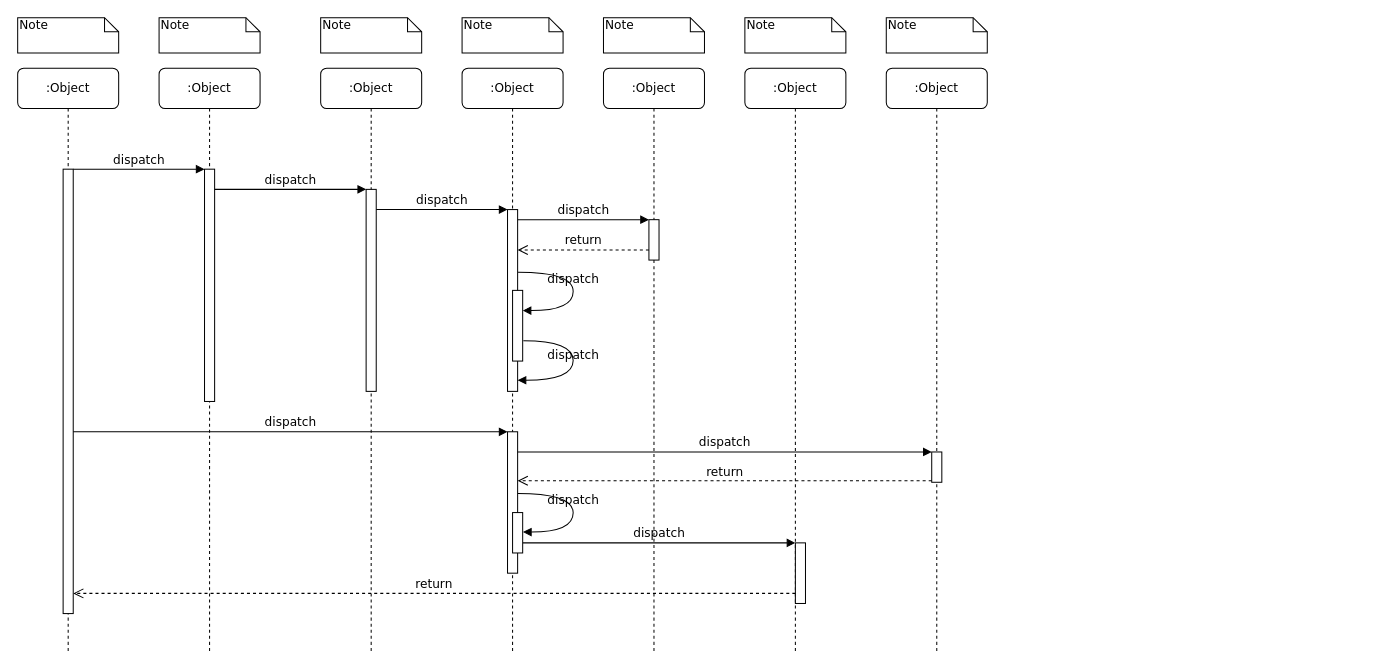
The draw.io diagram drm时序图.drawio in xuleixie/diagram, before the edit. Source tidied: cells renumbered, new cells numbered last; positions are measured from the earlier drawing's top-left corner, leaving out a move shared by most shapes. Both pictures are drawn from the tidied source at 101%, with x=0, y=0 at pixel (17, 17).
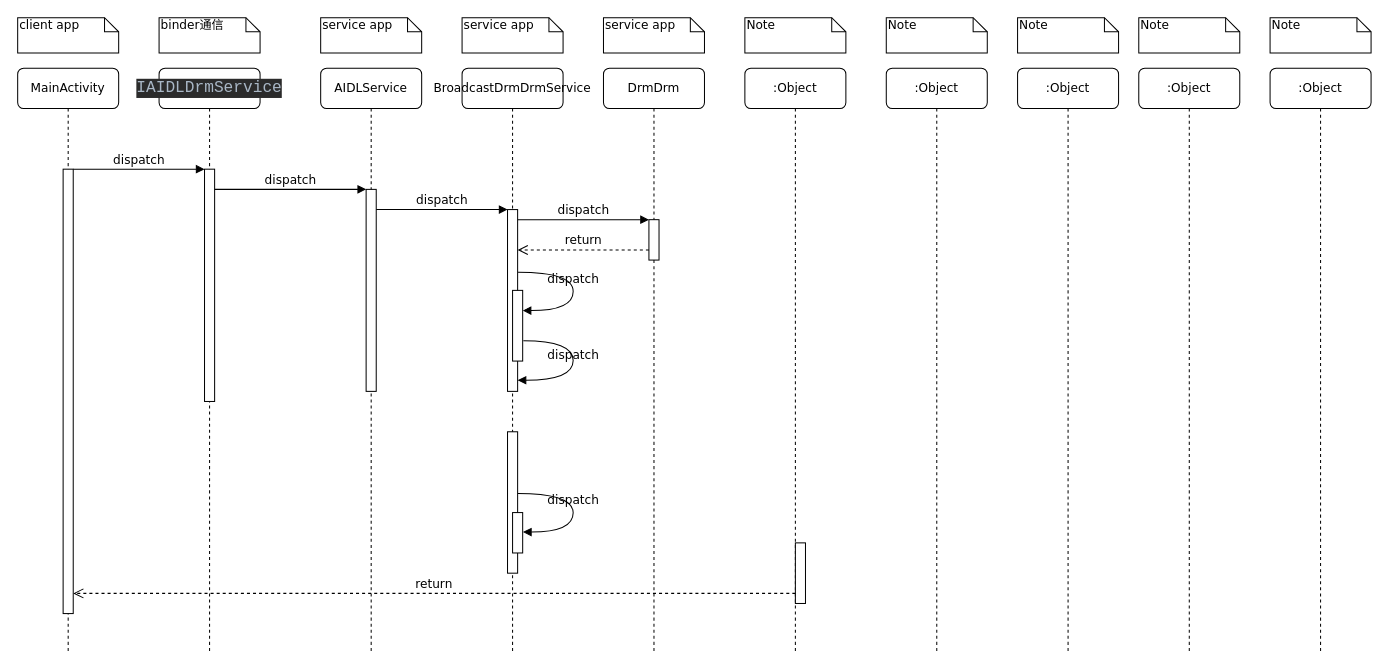
Above is the later version.

Commit message:
更新drm时序图.drawio

The change refers to these unchanged cells:
```xml
<mxCell id="11" style="html=1;points=[];perimeter=orthogonalPerimeter;rounded=0;shadow=0;comic=0;labelBackgroundColor=none;strokeWidth=1;fontFamily=Verdana;fontSize=12;align=center;" parent="10" vertex="1">
  <mxGeometry x="45" y="100" width="10" height="440" as="geometry" />
</mxCell>
<mxCell id="17" style="html=1;points=[];perimeter=orthogonalPerimeter;rounded=0;shadow=0;comic=0;labelBackgroundColor=none;strokeWidth=1;fontFamily=Verdana;fontSize=12;align=center;" parent="1" vertex="1">
  <mxGeometry x="485" y="410" width="10" height="140" as="geometry" />
</mxCell>
<mxCell id="22" style="html=1;points=[];perimeter=orthogonalPerimeter;rounded=0;shadow=0;comic=0;labelBackgroundColor=none;strokeWidth=1;fontFamily=Verdana;fontSize=12;align=center;" parent="1" vertex="1">
  <mxGeometry x="770" y="520" width="10" height="60" as="geometry" />
</mxCell>
<mxCell id="30" style="html=1;points=[];perimeter=orthogonalPerimeter;rounded=0;shadow=0;comic=0;labelBackgroundColor=none;strokeWidth=1;fontFamily=Verdana;fontSize=12;align=center;" parent="1" vertex="1">
  <mxGeometry x="490" y="490" width="10" height="40" as="geometry" />
</mxCell>
```

Diff of the diagram source:
```diff
@@
-    <mxCell id="2" value=":Object" style="shape=umlLifeline;perimeter=lifelinePerimeter;whiteSpace=wrap;html=1;rounded=1;shadow=0;comic=0;labelBackgroundColor=none;strokeWidth=1;fontFamily=Verdana;fontSize=12;align=center;" parent="1" vertex="1">
+    <mxCell id="2" value="&lt;pre style=&quot;background-color:#2b2b2b;color:#a9b7c6;font-family:'JetBrains Mono',monospace;font-size:12.0pt;&quot;&gt;IAIDLDrmService&lt;/pre&gt;" style="shape=umlLifeline;perimeter=lifelinePerimeter;whiteSpace=wrap;html=1;rounded=1;shadow=0;comic=0;labelBackgroundColor=none;strokeWidth=1;fontFamily=Verdana;fontSize=12;align=center;" parent="1" vertex="1">
       <mxGeometry x="140" y="50" width="100" height="580" as="geometry" />
     </mxCell>
@@
-    <mxCell id="4" value=":Object" style="shape=umlLifeline;perimeter=lifelinePerimeter;whiteSpace=wrap;html=1;rounded=1;shadow=0;comic=0;labelBackgroundColor=none;strokeWidth=1;fontFamily=Verdana;fontSize=12;align=center;" parent="1" vertex="1">
+    <mxCell id="4" value="AIDLService" style="shape=umlLifeline;perimeter=lifelinePerimeter;whiteSpace=wrap;html=1;rounded=1;shadow=0;comic=0;labelBackgroundColor=none;strokeWidth=1;fontFamily=Verdana;fontSize=12;align=center;" parent="1" vertex="1">
       <mxGeometry x="300" y="50" width="100" height="580" as="geometry" />
     </mxCell>
@@
-    <mxCell id="6" value=":Object" style="shape=umlLifeline;perimeter=lifelinePerimeter;whiteSpace=wrap;html=1;rounded=1;shadow=0;comic=0;labelBackgroundColor=none;strokeWidth=1;fontFamily=Verdana;fontSize=12;align=center;" parent="1" vertex="1">
+    <mxCell id="6" value="BroadcastDrmDrmService" style="shape=umlLifeline;perimeter=lifelinePerimeter;whiteSpace=wrap;html=1;rounded=1;shadow=0;comic=0;labelBackgroundColor=none;strokeWidth=1;fontFamily=Verdana;fontSize=12;align=center;" parent="1" vertex="1">
       <mxGeometry x="440" y="50" width="100" height="580" as="geometry" />
     </mxCell>
-    <mxCell id="7" value=":Object" style="shape=umlLifeline;perimeter=lifelinePerimeter;whiteSpace=wrap;html=1;rounded=1;shadow=0;comic=0;labelBackgroundColor=none;strokeWidth=1;fontFamily=Verdana;fontSize=12;align=center;" parent="1" vertex="1">
+    <mxCell id="7" value="DrmDrm" style="shape=umlLifeline;perimeter=lifelinePerimeter;whiteSpace=wrap;html=1;rounded=1;shadow=0;comic=0;labelBackgroundColor=none;strokeWidth=1;fontFamily=Verdana;fontSize=12;align=center;" parent="1" vertex="1">
       <mxGeometry x="580" y="50" width="100" height="580" as="geometry" />
     </mxCell>
@@
-    <mxCell id="10" value=":Object" style="shape=umlLifeline;perimeter=lifelinePerimeter;whiteSpace=wrap;html=1;rounded=1;shadow=0;comic=0;labelBackgroundColor=none;strokeWidth=1;fontFamily=Verdana;fontSize=12;align=center;" parent="1" vertex="1">
+    <mxCell id="10" value="MainActivity" style="shape=umlLifeline;perimeter=lifelinePerimeter;whiteSpace=wrap;html=1;rounded=1;shadow=0;comic=0;labelBackgroundColor=none;strokeWidth=1;fontFamily=Verdana;fontSize=12;align=center;" parent="1" vertex="1">
       <mxGeometry y="50" width="100" height="580" as="geometry" />
     </mxCell>
@@
-    <mxCell id="18" value="dispatch" style="html=1;verticalAlign=bottom;endArrow=block;entryX=0;entryY=0;labelBackgroundColor=none;fontFamily=Verdana;fontSize=12;" parent="1" edge="1" source="11" target="17">
-      <mxGeometry relative="1" as="geometry" />
-    </mxCell>
-    <mxCell id="19" style="html=1;points=[];perimeter=orthogonalPerimeter;rounded=0;shadow=0;comic=0;labelBackgroundColor=none;strokeColor=#000000;strokeWidth=1;fillColor=#FFFFFF;fontFamily=Verdana;fontSize=12;fontColor=#000000;align=center;" parent="1" vertex="1">
-      <mxGeometry x="905" y="430" width="10" height="30" as="geometry" />
-    </mxCell>
-    <mxCell id="20" value="dispatch" style="html=1;verticalAlign=bottom;endArrow=block;entryX=0;entryY=0;labelBackgroundColor=none;fontFamily=Verdana;fontSize=12;" parent="1" edge="1" source="17" target="19">
-      <mxGeometry relative="1" as="geometry" />
-    </mxCell>
-    <mxCell id="21" value="return" style="html=1;verticalAlign=bottom;endArrow=open;dashed=1;endSize=8;exitX=0;exitY=0.95;labelBackgroundColor=none;fontFamily=Verdana;fontSize=12;" parent="1" edge="1" source="19" target="17">
-      <mxGeometry relative="1" as="geometry" />
-    </mxCell>
@@
-    <mxCell id="23" value="dispatch" style="html=1;verticalAlign=bottom;endArrow=block;entryX=0;entryY=0;labelBackgroundColor=none;fontFamily=Verdana;fontSize=12;edgeStyle=elbowEdgeStyle;elbow=vertical;" parent="1" edge="1" source="30" target="22">
-      <mxGeometry relative="1" as="geometry" />
-    </mxCell>
@@
-    <mxCell id="32" value="Note" style="shape=note;whiteSpace=wrap;html=1;size=14;verticalAlign=top;align=left;spacingTop=-6;rounded=0;shadow=0;comic=0;labelBackgroundColor=none;strokeWidth=1;fontFamily=Verdana;fontSize=12;" parent="1" vertex="1">
+    <mxCell id="32" value="client app" style="shape=note;whiteSpace=wrap;html=1;size=14;verticalAlign=top;align=left;spacingTop=-6;rounded=0;shadow=0;comic=0;labelBackgroundColor=none;strokeWidth=1;fontFamily=Verdana;fontSize=12;" parent="1" vertex="1">
       <mxGeometry width="100" height="35" as="geometry" />
     </mxCell>
-    <mxCell id="33" value="Note" style="shape=note;whiteSpace=wrap;html=1;size=14;verticalAlign=top;align=left;spacingTop=-6;rounded=0;shadow=0;comic=0;labelBackgroundColor=none;strokeWidth=1;fontFamily=Verdana;fontSize=12;" parent="1" vertex="1">
+    <mxCell id="33" value="binder通信" style="shape=note;whiteSpace=wrap;html=1;size=14;verticalAlign=top;align=left;spacingTop=-6;rounded=0;shadow=0;comic=0;labelBackgroundColor=none;strokeWidth=1;fontFamily=Verdana;fontSize=12;" parent="1" vertex="1">
       <mxGeometry x="140" width="100" height="35" as="geometry" />
     </mxCell>
-    <mxCell id="34" value="Note" style="shape=note;whiteSpace=wrap;html=1;size=14;verticalAlign=top;align=left;spacingTop=-6;rounded=0;shadow=0;comic=0;labelBackgroundColor=none;strokeWidth=1;fontFamily=Verdana;fontSize=12;" parent="1" vertex="1">
+    <mxCell id="34" value="service app" style="shape=note;whiteSpace=wrap;html=1;size=14;verticalAlign=top;align=left;spacingTop=-6;rounded=0;shadow=0;comic=0;labelBackgroundColor=none;strokeWidth=1;fontFamily=Verdana;fontSize=12;" parent="1" vertex="1">
       <mxGeometry x="300" width="100" height="35" as="geometry" />
     </mxCell>
-    <mxCell id="35" value="Note" style="shape=note;whiteSpace=wrap;html=1;size=14;verticalAlign=top;align=left;spacingTop=-6;rounded=0;shadow=0;comic=0;labelBackgroundColor=none;strokeWidth=1;fontFamily=Verdana;fontSize=12;" parent="1" vertex="1">
+    <mxCell id="35" value="service app" style="shape=note;whiteSpace=wrap;html=1;size=14;verticalAlign=top;align=left;spacingTop=-6;rounded=0;shadow=0;comic=0;labelBackgroundColor=none;strokeWidth=1;fontFamily=Verdana;fontSize=12;" parent="1" vertex="1">
       <mxGeometry x="440" width="100" height="35" as="geometry" />
     </mxCell>
-    <mxCell id="36" value="Note" style="shape=note;whiteSpace=wrap;html=1;size=14;verticalAlign=top;align=left;spacingTop=-6;rounded=0;shadow=0;comic=0;labelBackgroundColor=none;strokeWidth=1;fontFamily=Verdana;fontSize=12;" parent="1" vertex="1">
+    <mxCell id="36" value="service app" style="shape=note;whiteSpace=wrap;html=1;size=14;verticalAlign=top;align=left;spacingTop=-6;rounded=0;shadow=0;comic=0;labelBackgroundColor=none;strokeWidth=1;fontFamily=Verdana;fontSize=12;" parent="1" vertex="1">
       <mxGeometry x="580" width="100" height="35" as="geometry" />
     </mxCell>
@@
+    <mxCell id="39" value=":Object" style="shape=umlLifeline;perimeter=lifelinePerimeter;whiteSpace=wrap;html=1;rounded=1;shadow=0;comic=0;labelBackgroundColor=none;strokeWidth=1;fontFamily=Verdana;fontSize=12;align=center;" parent="1" vertex="1">
+      <mxGeometry x="990" y="50" width="100" height="580" as="geometry" />
+    </mxCell>
+    <mxCell id="40" value="Note" style="shape=note;whiteSpace=wrap;html=1;size=14;verticalAlign=top;align=left;spacingTop=-6;rounded=0;shadow=0;comic=0;labelBackgroundColor=none;strokeWidth=1;fontFamily=Verdana;fontSize=12;" parent="1" vertex="1">
+      <mxGeometry x="990" width="100" height="35" as="geometry" />
+    </mxCell>
+    <mxCell id="41" value=":Object" style="shape=umlLifeline;perimeter=lifelinePerimeter;whiteSpace=wrap;html=1;rounded=1;shadow=0;comic=0;labelBackgroundColor=none;strokeWidth=1;fontFamily=Verdana;fontSize=12;align=center;" parent="1" vertex="1">
+      <mxGeometry x="1110" y="50" width="100" height="580" as="geometry" />
+    </mxCell>
+    <mxCell id="42" value="Note" style="shape=note;whiteSpace=wrap;html=1;size=14;verticalAlign=top;align=left;spacingTop=-6;rounded=0;shadow=0;comic=0;labelBackgroundColor=none;strokeWidth=1;fontFamily=Verdana;fontSize=12;" parent="1" vertex="1">
+      <mxGeometry x="1110" width="100" height="35" as="geometry" />
+    </mxCell>
+    <mxCell id="43" value=":Object" style="shape=umlLifeline;perimeter=lifelinePerimeter;whiteSpace=wrap;html=1;rounded=1;shadow=0;comic=0;labelBackgroundColor=none;strokeWidth=1;fontFamily=Verdana;fontSize=12;align=center;" parent="1" vertex="1">
+      <mxGeometry x="1240" y="50" width="100" height="580" as="geometry" />
+    </mxCell>
+    <mxCell id="44" value="Note" style="shape=note;whiteSpace=wrap;html=1;size=14;verticalAlign=top;align=left;spacingTop=-6;rounded=0;shadow=0;comic=0;labelBackgroundColor=none;strokeWidth=1;fontFamily=Verdana;fontSize=12;" parent="1" vertex="1">
+      <mxGeometry x="1240" width="100" height="35" as="geometry" />
+    </mxCell>
```
